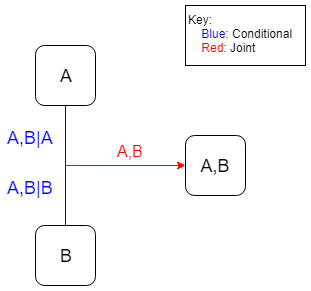
The draw.io diagram 03_methodology/figs/metric_graph.png in AMRakibulHasan/Sweet_Thesis, before a commit. Source tidied: cells renumbered, new cells last; positions are measured from the earlier drawing's top-left corner, leaving out a move shared by most shapes.
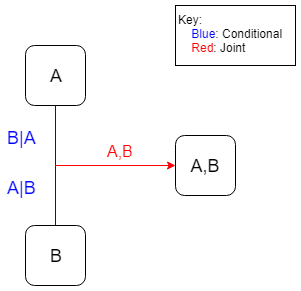
The same diagram one commit later.

Commit message:
Fully reviewed, just need some final figures and observations

Diff of the diagram source:
```diff
@@ -26,11 +26,11 @@
         <mxPoint x="60" y="160" as="sourcePoint" />
       </mxGeometry>
     </mxCell>
-    <mxCell id="8" value="&lt;font style=&quot;font-size: 18px&quot; color=&quot;#0000ff&quot;&gt;A,B|A&lt;/font&gt;" style="text;html=1;align=left;verticalAlign=top;spacingTop=-4;rotation=0;strokeColor=none;" parent="1" vertex="1">
-      <mxGeometry y="120" width="60" height="20" as="geometry" />
+    <mxCell id="8" value="&lt;font style=&quot;font-size: 18px&quot; color=&quot;#0000ff&quot;&gt;B|A&lt;/font&gt;" style="text;html=1;align=left;verticalAlign=top;spacingTop=-4;rotation=0;strokeColor=none;" parent="1" vertex="1">
+      <mxGeometry x="10" y="120" width="40" height="20" as="geometry" />
     </mxCell>
-    <mxCell id="9" value="&lt;font style=&quot;font-size: 18px&quot; color=&quot;#0000ff&quot;&gt;A,B|B&lt;/font&gt;" style="text;html=1;align=left;verticalAlign=top;spacingTop=-4;rotation=0;strokeColor=none;" parent="1" vertex="1">
-      <mxGeometry y="170" width="60" height="20" as="geometry" />
+    <mxCell id="9" value="&lt;font style=&quot;font-size: 18px&quot; color=&quot;#0000ff&quot;&gt;A|B&lt;/font&gt;" style="text;html=1;align=left;verticalAlign=top;spacingTop=-4;rotation=0;strokeColor=none;" parent="1" vertex="1">
+      <mxGeometry x="10" y="170" width="40" height="20" as="geometry" />
     </mxCell>
     <mxCell id="10" value="&lt;font style=&quot;font-size: 16px&quot; color=&quot;#ff0000&quot;&gt;A,B&lt;/font&gt;" style="text;html=1;align=left;verticalAlign=top;spacingTop=-4;" parent="1" vertex="1">
       <mxGeometry x="110" y="134" width="40" height="20" as="geometry" />
```
